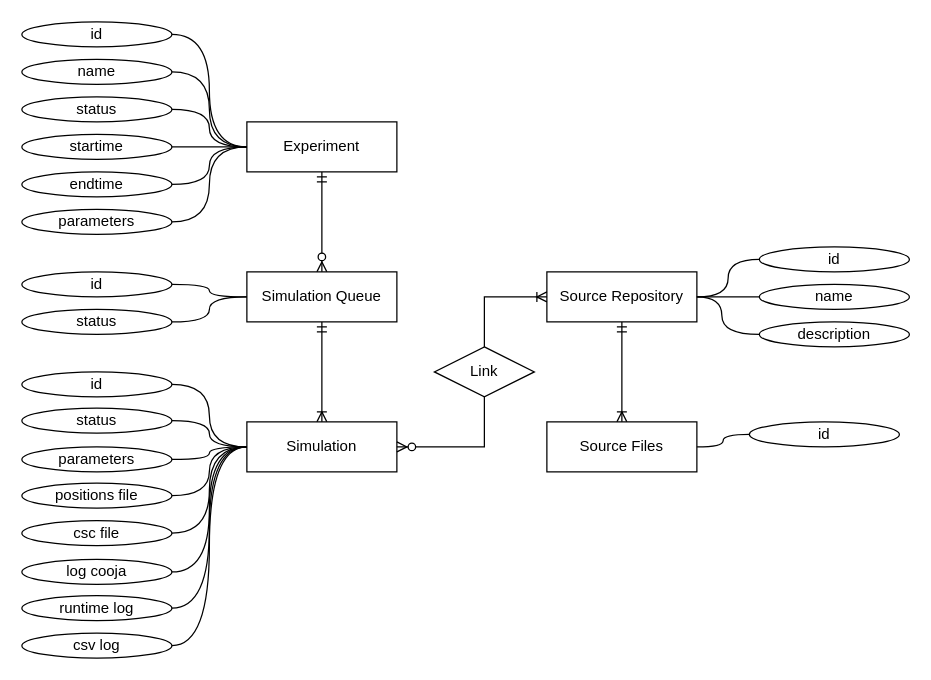
Before: page "ER" (4 of 6) of docs/diagrams.drawio in JunioCesarFerreira/Cooja-MO-SimLab, a draw.io diagram. Source tidied: cells renumbered, new cells numbered last; positions are measured from the earlier drawing's top-left corner, leaving out a move shared by most shapes. Both pictures are drawn from the tidied source at 125%, with x=0, y=0 at pixel (21, 21).
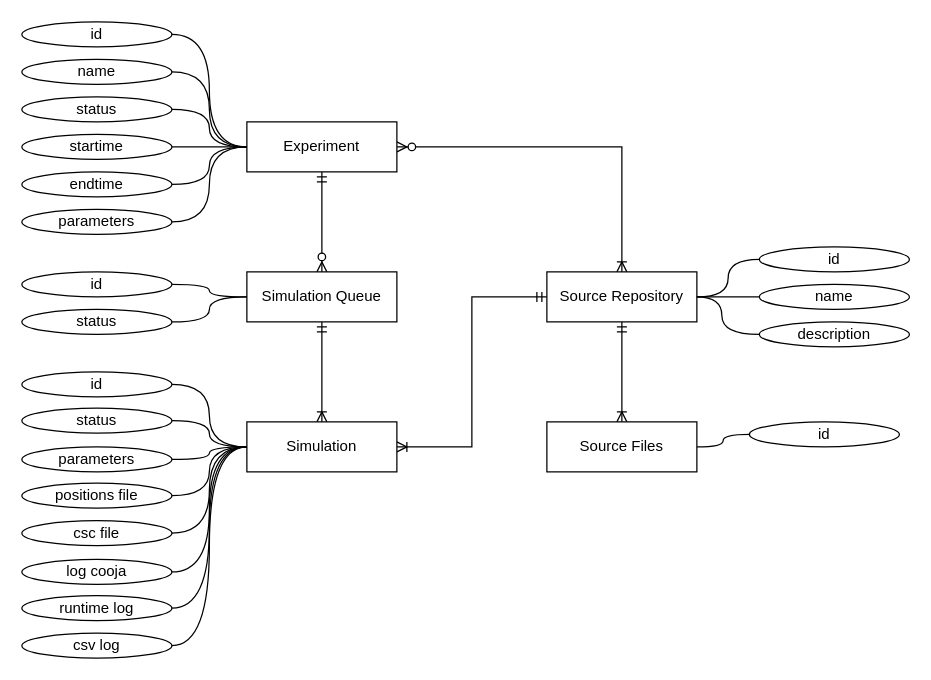
Above is the later version.

Commit message:
review: ER diagram

The change refers to these unchanged cells:
```xml
<mxCell id="2" value="Experiment" style="rounded=0;whiteSpace=wrap;html=1;" parent="1" vertex="1">
  <mxGeometry x="180" y="80" width="120" height="40" as="geometry" />
</mxCell>
<mxCell id="4" value="Simulation" style="rounded=0;whiteSpace=wrap;html=1;" parent="1" vertex="1">
  <mxGeometry x="180" y="320" width="120" height="40" as="geometry" />
</mxCell>
<mxCell id="37" value="Source Repository" style="rounded=0;whiteSpace=wrap;html=1;" parent="1" vertex="1">
  <mxGeometry x="420" y="200" width="120" height="40" as="geometry" />
</mxCell>
```

What changed in the source:
```diff
@@
+    <mxCell id="53" style="edgeStyle=orthogonalEdgeStyle;rounded=0;jettySize=auto;html=1;exitX=1;exitY=0.5;exitDx=0;exitDy=0;entryX=0.5;entryY=0;entryDx=0;entryDy=0;endArrow=ERoneToMany;endFill=0;startArrow=ERzeroToMany;startFill=1;" parent="1" edge="1" source="2" target="37">
+      <mxGeometry relative="1" as="geometry" />
+    </mxCell>
@@
+    <mxCell id="54" style="edgeStyle=orthogonalEdgeStyle;rounded=0;jettySize=auto;html=1;exitX=1;exitY=0.5;exitDx=0;exitDy=0;entryX=0;entryY=0.5;entryDx=0;entryDy=0;startArrow=ERoneToMany;startFill=0;endArrow=ERmandOne;endFill=0;" parent="1" edge="1" source="4" target="37">
+      <mxGeometry relative="1" as="geometry" />
+    </mxCell>
@@
-    <mxCell id="46" style="edgeStyle=orthogonalEdgeStyle;rounded=0;jettySize=auto;html=1;exitX=0.5;exitY=1;exitDx=0;exitDy=0;entryX=1;entryY=0.5;entryDx=0;entryDy=0;startArrow=none;startFill=0;endArrow=ERzeroToMany;endFill=1;" parent="1" edge="1" source="48" target="4">
-      <mxGeometry relative="1" as="geometry" />
-    </mxCell>
-    <mxCell id="47" style="edgeStyle=orthogonalEdgeStyle;rounded=0;jettySize=auto;html=1;exitX=0.5;exitY=0;exitDx=0;exitDy=0;entryX=0;entryY=0.5;entryDx=0;entryDy=0;startArrow=none;startFill=0;endArrow=ERoneToMany;endFill=0;" parent="1" edge="1" source="48" target="37">
-      <mxGeometry relative="1" as="geometry" />
-    </mxCell>
-    <mxCell id="48" value="Link" style="rhombus;whiteSpace=wrap;html=1;" parent="1" vertex="1">
-      <mxGeometry x="330" y="260" width="80" height="40" as="geometry" />
-    </mxCell>
```
